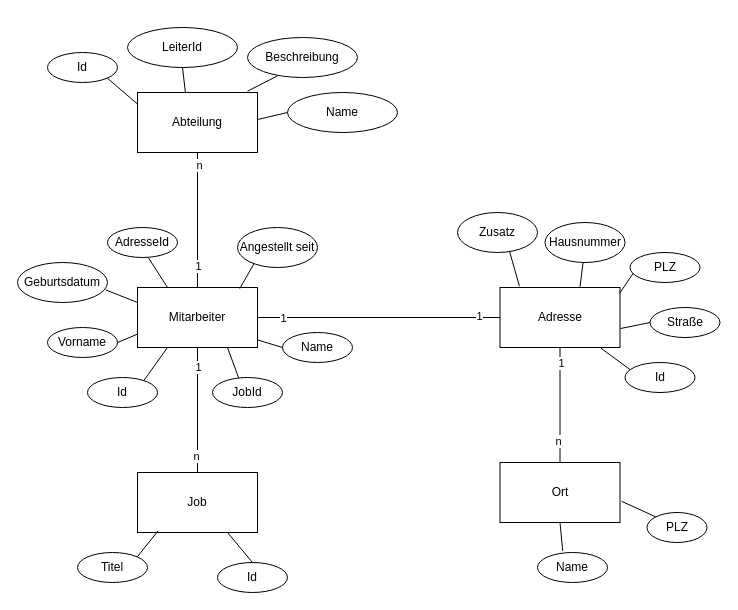
The draw.io diagram diagramme/er_diagram.drawio in patrickpfaff/lf08_erp_projekt, before the edit. Source tidied: cells renumbered, new cells numbered last; positions are measured from the earlier drawing's top-left corner, leaving out a move shared by most shapes. Both pictures are drawn from the tidied source at 100%, with x=0, y=0 at pixel (17, 27).
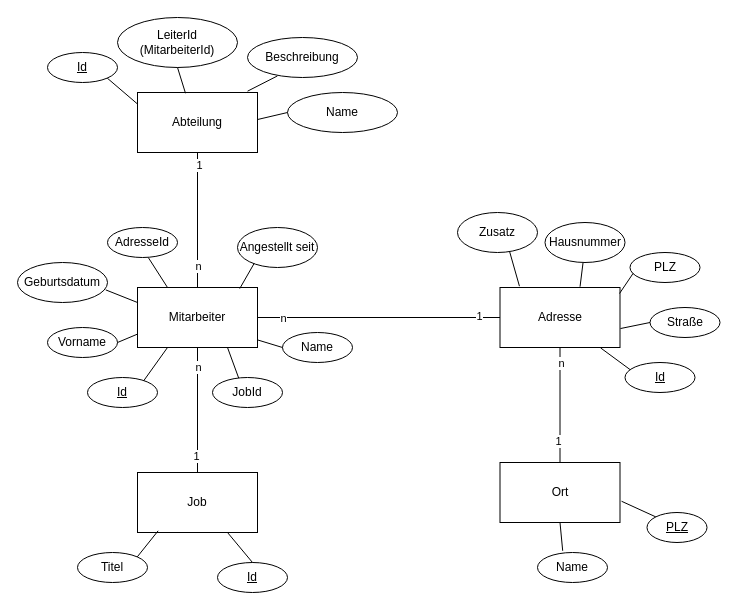
Above is the later version.

The change refers to these unchanged cells:
```xml
<mxCell id="27" style="endArrow=none;html=1;rounded=0;entryX=0.5;entryY=1;entryDx=0;entryDy=0;exitX=0.5;exitY=0;exitDx=0;exitDy=0;" parent="1" edge="1" source="8" target="7">
  <mxGeometry relative="1" as="geometry" />
</mxCell>
<mxCell id="30" style="endArrow=none;html=1;rounded=0;entryX=0.5;entryY=1;entryDx=0;entryDy=0;exitX=0.5;exitY=0;exitDx=0;exitDy=0;" parent="1" edge="1" source="25" target="5">
  <mxGeometry relative="1" as="geometry" />
</mxCell>
<mxCell id="33" style="endArrow=none;html=1;rounded=0;entryX=0.5;entryY=1;entryDx=0;entryDy=0;exitX=0.5;exitY=0;exitDx=0;exitDy=0;" parent="1" edge="1" source="5" target="6">
  <mxGeometry relative="1" as="geometry" />
</mxCell>
<mxCell id="36" style="endArrow=none;html=1;rounded=0;entryX=0;entryY=0.5;entryDx=0;entryDy=0;exitX=1;exitY=0.5;exitDx=0;exitDy=0;" parent="1" edge="1" source="5" target="7">
  <mxGeometry relative="1" as="geometry" />
</mxCell>
```

The edit, as a diff of the source:
```diff
@@
-    <mxCell id="9" value="Id" style="ellipse;whiteSpace=wrap;html=1;" parent="1" vertex="1">
+    <mxCell id="9" value="&lt;u&gt;Id&lt;/u&gt;" style="ellipse;whiteSpace=wrap;html=1;" parent="1" vertex="1">
       <mxGeometry x="607.5" y="335" width="70" height="30" as="geometry" />
     </mxCell>
@@
-    <mxCell id="14" value="Id" style="ellipse;whiteSpace=wrap;html=1;" parent="1" vertex="1">
+    <mxCell id="14" value="&lt;u&gt;Id&lt;/u&gt;" style="ellipse;whiteSpace=wrap;html=1;" parent="1" vertex="1">
       <mxGeometry x="30" y="25" width="70" height="30" as="geometry" />
     </mxCell>
-    <mxCell id="15" value="LeiterId" style="ellipse;whiteSpace=wrap;html=1;" parent="1" vertex="1">
-      <mxGeometry x="110" width="110" height="40" as="geometry" />
+    <mxCell id="15" value="LeiterId (MitarbeiterId)" style="ellipse;whiteSpace=wrap;html=1;" parent="1" vertex="1">
+      <mxGeometry x="100" y="-10" width="120" height="50" as="geometry" />
     </mxCell>
@@
-    <mxCell id="22" value="PLZ" style="ellipse;whiteSpace=wrap;html=1;" parent="1" vertex="1">
+    <mxCell id="22" value="&lt;u&gt;PLZ&lt;/u&gt;" style="ellipse;whiteSpace=wrap;html=1;" parent="1" vertex="1">
       <mxGeometry x="629.5" y="485" width="60" height="30" as="geometry" />
     </mxCell>
-    <mxCell id="23" value="Id" style="ellipse;whiteSpace=wrap;html=1;" parent="1" vertex="1">
+    <mxCell id="23" value="&lt;u&gt;Id&lt;/u&gt;" style="ellipse;whiteSpace=wrap;html=1;" parent="1" vertex="1">
       <mxGeometry x="70" y="350" width="70" height="30" as="geometry" />
     </mxCell>
-    <mxCell id="24" value="Id" style="ellipse;whiteSpace=wrap;html=1;" parent="1" vertex="1">
+    <mxCell id="24" value="&lt;u&gt;Id&lt;/u&gt;" style="ellipse;whiteSpace=wrap;html=1;" parent="1" vertex="1">
       <mxGeometry x="200" y="535" width="70" height="30" as="geometry" />
     </mxCell>
@@
-    <mxCell id="28" value="1" style="edgeLabel;html=1;align=center;verticalAlign=middle;" parent="27" vertex="1">
+    <mxCell id="28" value="n" style="edgeLabel;html=1;align=center;verticalAlign=middle;" parent="27" vertex="1">
       <mxGeometry x="0.74" y="-1" relative="1" as="geometry" />
     </mxCell>
-    <mxCell id="29" value="n" style="edgeLabel;html=1;align=center;verticalAlign=middle;" parent="27" vertex="1">
+    <mxCell id="29" value="1" style="edgeLabel;html=1;align=center;verticalAlign=middle;" parent="27" vertex="1">
       <mxGeometry x="-0.62" y="2" relative="1" as="geometry" />
     </mxCell>
@@
-    <mxCell id="31" value="n" style="edgeLabel;html=1;align=center;verticalAlign=middle;" parent="30" vertex="1">
+    <mxCell id="31" value="1" style="edgeLabel;html=1;align=center;verticalAlign=middle;" parent="30" vertex="1">
       <mxGeometry x="-0.73" y="2" relative="1" as="geometry" />
     </mxCell>
-    <mxCell id="32" value="1" style="edgeLabel;html=1;align=center;verticalAlign=middle;" parent="30" vertex="1">
+    <mxCell id="32" value="n" style="edgeLabel;html=1;align=center;verticalAlign=middle;" parent="30" vertex="1">
       <mxGeometry x="0.69" relative="1" as="geometry" />
     </mxCell>
@@
-    <mxCell id="34" value="1" style="edgeLabel;html=1;align=center;verticalAlign=middle;" parent="33" vertex="1">
+    <mxCell id="34" value="n" style="edgeLabel;html=1;align=center;verticalAlign=middle;" parent="33" vertex="1">
       <mxGeometry x="-0.68" relative="1" as="geometry" />
     </mxCell>
-    <mxCell id="35" value="n" style="edgeLabel;html=1;align=center;verticalAlign=middle;" parent="33" vertex="1">
+    <mxCell id="35" value="1" style="edgeLabel;html=1;align=center;verticalAlign=middle;" parent="33" vertex="1">
       <mxGeometry x="0.82" y="-1" relative="1" as="geometry" />
     </mxCell>
@@
-    <mxCell id="37" value="1" style="edgeLabel;html=1;align=center;verticalAlign=middle;" parent="36" vertex="1">
+    <mxCell id="37" value="n" style="edgeLabel;html=1;align=center;verticalAlign=middle;" parent="36" vertex="1">
       <mxGeometry x="-0.79" relative="1" as="geometry" />
     </mxCell>
```
